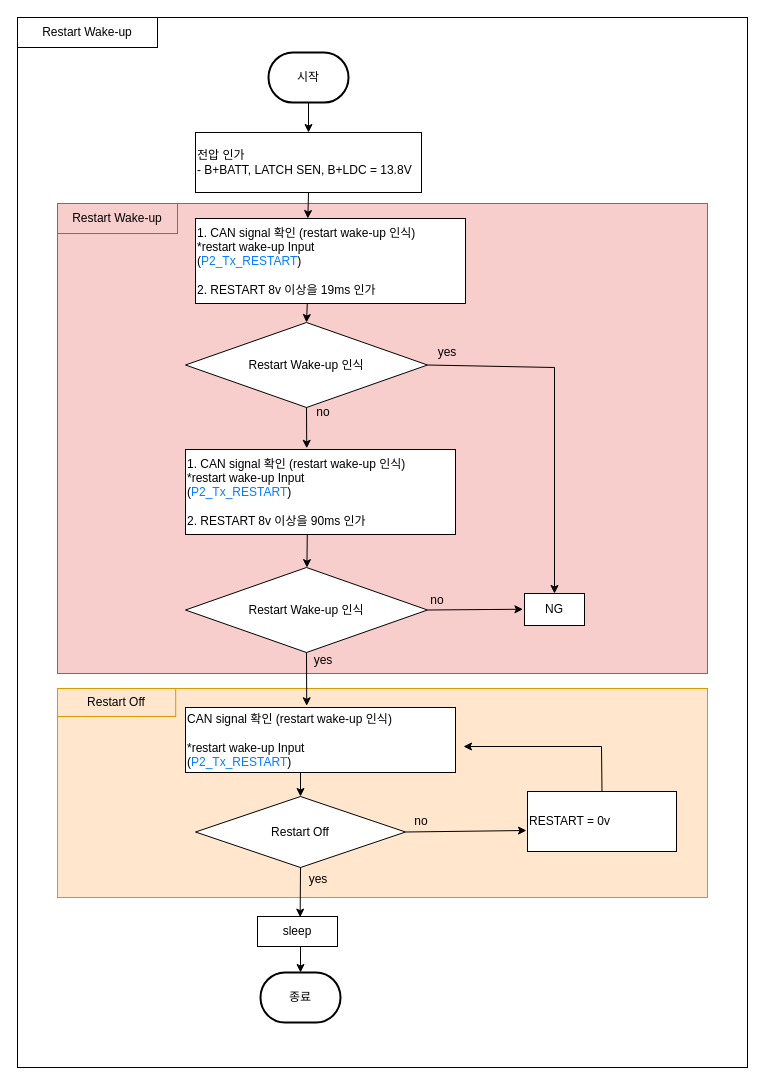
Before: RESTART Wake-up.drawio in chaeyoonl/state-transition-diagram-test, a draw.io diagram. Source tidied: cells renumbered, new cells numbered last; positions are measured from the earlier drawing's top-left corner, leaving out a move shared by most shapes. Both pictures are drawn from the tidied source at 100%, with x=0, y=0 at pixel (17, 17).
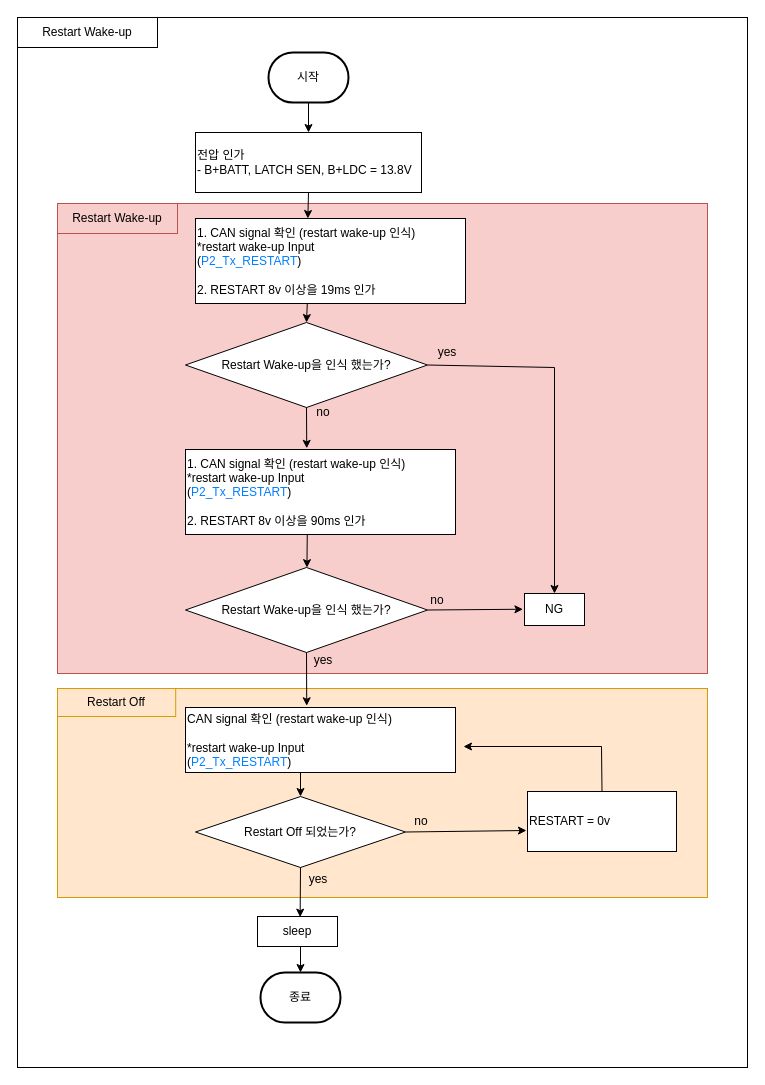
The same page after the edit.

What changed in the source:
```diff
@@
-    <mxCell id="10" value="Restart Wake-up 인식" style="rhombus;whiteSpace=wrap;html=1;" parent="1" vertex="1">
+    <mxCell id="10" value="Restart Wake-up을 인식 했는가?" style="rhombus;whiteSpace=wrap;html=1;" parent="1" vertex="1">
       <mxGeometry x="168" y="305" width="242" height="85" as="geometry" />
     </mxCell>
@@
-    <mxCell id="16" value="Restart Wake-up 인식" style="rhombus;whiteSpace=wrap;html=1;" parent="1" vertex="1">
+    <mxCell id="16" value="Restart Wake-up을 인식 했는가?" style="rhombus;whiteSpace=wrap;html=1;" parent="1" vertex="1">
       <mxGeometry x="168" y="550" width="242" height="85" as="geometry" />
     </mxCell>
@@
-    <mxCell id="27" value="Restart Off" style="rhombus;whiteSpace=wrap;html=1;" parent="1" vertex="1">
+    <mxCell id="27" value="Restart Off 되었는가?" style="rhombus;whiteSpace=wrap;html=1;" parent="1" vertex="1">
       <mxGeometry x="178" y="779" width="210" height="71" as="geometry" />
     </mxCell>
```
